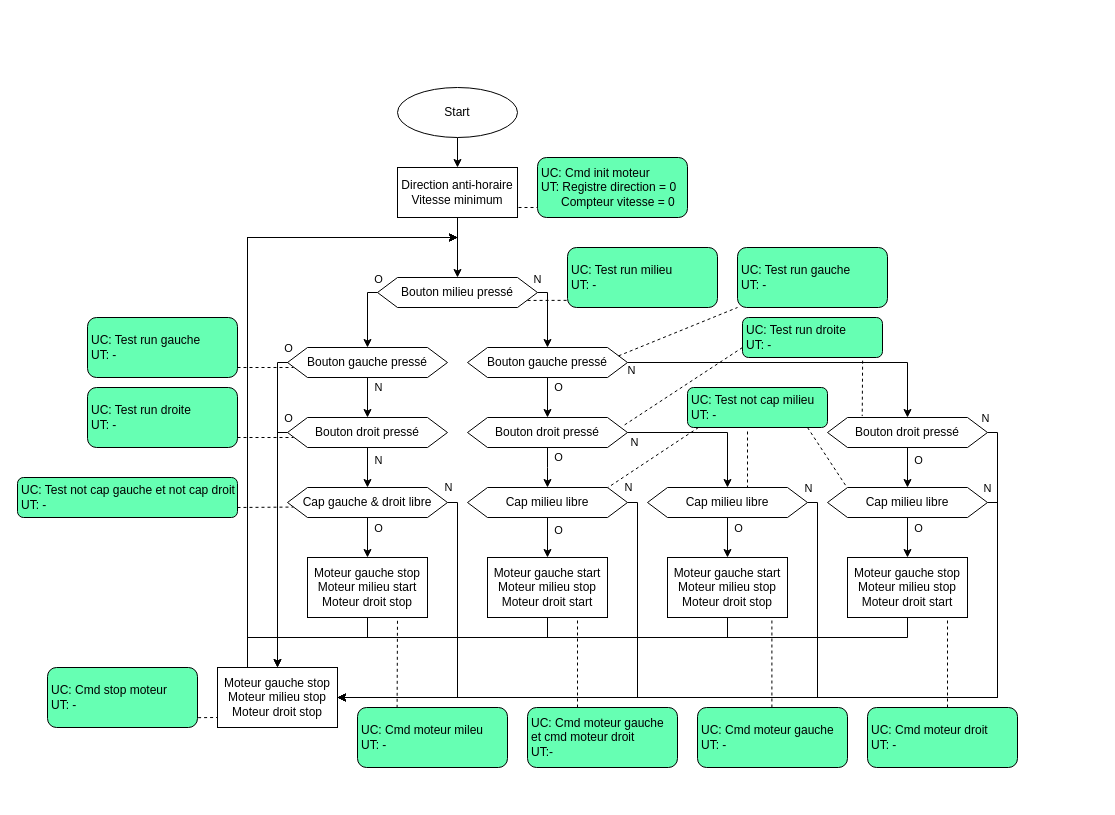
Before: doc/diags/manual_sequence_partition.drawio in Schokiiiiiiii/csn26, a draw.io diagram. Source tidied: cells renumbered, new cells numbered last; positions are measured from the earlier drawing's top-left corner, leaving out a move shared by most shapes. Both pictures are drawn from the tidied source at 100%, with x=0, y=0 at pixel (17, 87).
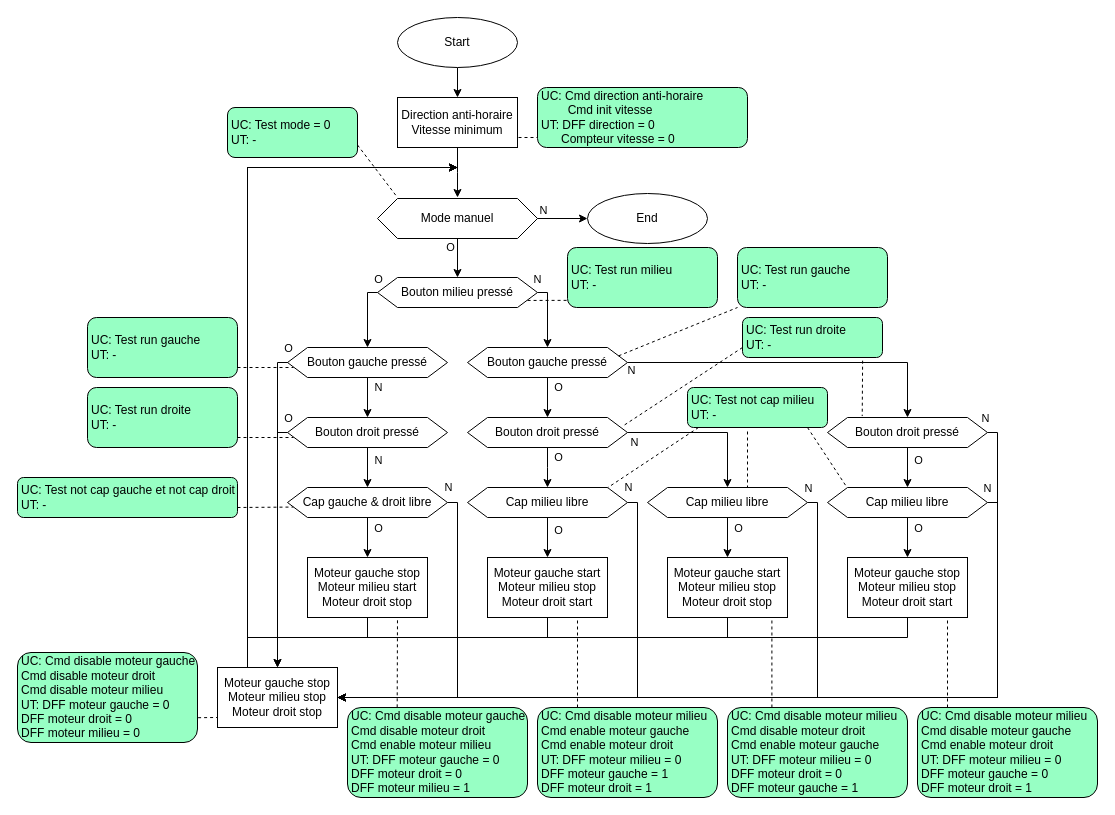
After the change.

Unchanged cells that the change refers to:
```xml
<mxCell id="13" value="Bouton milieu pressé" style="shape=hexagon;perimeter=hexagonPerimeter2;whiteSpace=wrap;html=1;fixedSize=1;" parent="1" vertex="1">
  <mxGeometry x="360" y="190" width="160" height="30" as="geometry" />
</mxCell>
<mxCell id="31" value="Moteur gauche stop&lt;div&gt;Moteur milieu stop&lt;br&gt;&lt;div&gt;Moteur droit stop&lt;/div&gt;&lt;/div&gt;" style="rounded=0;whiteSpace=wrap;html=1;" parent="1" vertex="1">
  <mxGeometry x="200" y="580" width="120" height="60" as="geometry" />
</mxCell>
<mxCell id="33" value="Moteur gauche stop&lt;div&gt;Moteur milieu start&lt;br&gt;&lt;div&gt;Moteur droit stop&lt;/div&gt;&lt;/div&gt;" style="rounded=0;whiteSpace=wrap;html=1;" parent="1" vertex="1">
  <mxGeometry x="290" y="470" width="120" height="60" as="geometry" />
</mxCell>
<mxCell id="35" value="Moteur gauche start&lt;div&gt;Moteur milieu stop&lt;br&gt;&lt;div&gt;Moteur droit start&lt;/div&gt;&lt;/div&gt;" style="rounded=0;whiteSpace=wrap;html=1;" parent="1" vertex="1">
  <mxGeometry x="470" y="470" width="120" height="60" as="geometry" />
</mxCell>
<mxCell id="37" value="Moteur gauche stop&lt;div&gt;Moteur milieu stop&lt;br&gt;&lt;div&gt;Moteur droit start&lt;/div&gt;&lt;/div&gt;" style="rounded=0;whiteSpace=wrap;html=1;" parent="1" vertex="1">
  <mxGeometry x="830" y="470" width="120" height="60" as="geometry" />
</mxCell>
<mxCell id="39" value="Moteur gauche start&lt;div&gt;Moteur milieu stop&lt;br&gt;&lt;div&gt;Moteur droit stop&lt;/div&gt;&lt;/div&gt;" style="rounded=0;whiteSpace=wrap;html=1;" parent="1" vertex="1">
  <mxGeometry x="650" y="470" width="120" height="60" as="geometry" />
</mxCell>
```

Change to the diagram source:
```diff
@@
     <mxCell id="3" value="Start" style="ellipse;whiteSpace=wrap;html=1;" parent="1" vertex="1">
-      <mxGeometry x="380" width="120" height="50" as="geometry" />
+      <mxGeometry x="380" y="-70" width="120" height="50" as="geometry" />
     </mxCell>
@@
     <mxCell id="30" style="edgeStyle=orthogonalEdgeStyle;rounded=0;jettySize=auto;html=1;" parent="1" edge="1" source="31">
       <mxGeometry relative="1" as="geometry">
-        <mxPoint x="440" y="150" as="targetPoint" />
+        <mxPoint x="440" y="80" as="targetPoint" />
         <Array as="points">
-          <mxPoint x="230" y="150" />
-          <mxPoint x="440" y="150" />
+          <mxPoint x="230" y="80" />
+          <mxPoint x="440" y="80" />
         </Array>
       </mxGeometry>
     </mxCell>
@@
     <mxCell id="32" style="edgeStyle=orthogonalEdgeStyle;rounded=0;jettySize=auto;html=1;" parent="1" edge="1" source="33">
       <mxGeometry relative="1" as="geometry">
-        <mxPoint x="440" y="150" as="targetPoint" />
+        <mxPoint x="440" y="80" as="targetPoint" />
         <Array as="points">
           <mxPoint x="350" y="550" />
           <mxPoint x="230" y="550" />
-          <mxPoint x="230" y="150" />
-          <mxPoint x="440" y="150" />
+          <mxPoint x="230" y="80" />
         </Array>
       </mxGeometry>
     </mxCell>
@@
     <mxCell id="34" style="edgeStyle=orthogonalEdgeStyle;rounded=0;jettySize=auto;html=1;" parent="1" edge="1" source="35">
       <mxGeometry relative="1" as="geometry">
-        <mxPoint x="440" y="150" as="targetPoint" />
+        <mxPoint x="440" y="80" as="targetPoint" />
         <Array as="points">
           <mxPoint x="530" y="550" />
           <mxPoint x="230" y="550" />
-          <mxPoint x="230" y="150" />
-          <mxPoint x="440" y="150" />
+          <mxPoint x="230" y="80" />
         </Array>
       </mxGeometry>
     </mxCell>
@@
     <mxCell id="36" style="edgeStyle=orthogonalEdgeStyle;rounded=0;jettySize=auto;html=1;" parent="1" edge="1" source="37">
       <mxGeometry relative="1" as="geometry">
-        <mxPoint x="440" y="150" as="targetPoint" />
+        <mxPoint x="440" y="80" as="targetPoint" />
         <Array as="points">
           <mxPoint x="890" y="550" />
           <mxPoint x="230" y="550" />
-          <mxPoint x="230" y="150" />
-          <mxPoint x="440" y="150" />
+          <mxPoint x="230" y="80" />
         </Array>
       </mxGeometry>
     </mxCell>
@@
     <mxCell id="38" style="edgeStyle=orthogonalEdgeStyle;rounded=0;jettySize=auto;html=1;" parent="1" edge="1" source="39">
       <mxGeometry relative="1" as="geometry">
-        <mxPoint x="440" y="150" as="targetPoint" />
+        <mxPoint x="440" y="80" as="targetPoint" />
         <Array as="points">
           <mxPoint x="710" y="550" />
           <mxPoint x="230" y="550" />
-          <mxPoint x="230" y="150" />
-          <mxPoint x="440" y="150" />
+          <mxPoint x="230" y="80" />
         </Array>
       </mxGeometry>
     </mxCell>
@@
-    <mxCell id="64" style="edgeStyle=orthogonalEdgeStyle;rounded=0;jettySize=auto;html=1;" parent="1" edge="1" source="65" target="13">
-      <mxGeometry relative="1" as="geometry" />
+    <mxCell id="64" style="edgeStyle=orthogonalEdgeStyle;rounded=0;jettySize=auto;html=1;" parent="1" edge="1" source="65">
+      <mxGeometry relative="1" as="geometry">
+        <mxPoint x="440" y="110" as="targetPoint" />
+      </mxGeometry>
     </mxCell>
     <mxCell id="65" value="Direction anti-horaire&lt;div&gt;Vitesse minimum&lt;/div&gt;" style="rounded=0;whiteSpace=wrap;html=1;" parent="1" vertex="1">
-      <mxGeometry x="380" y="80" width="120" height="50" as="geometry" />
+      <mxGeometry x="380" y="10" width="120" height="50" as="geometry" />
     </mxCell>
-    <mxCell id="66" value="&lt;div&gt;UC: Cmd init moteur&lt;/div&gt;&lt;div&gt;UT: Registre direction = 0&lt;/div&gt;&lt;div&gt;&amp;nbsp; &amp;nbsp; &amp;nbsp; Compteur&amp;nbsp;vitesse&amp;nbsp;= 0&lt;/div&gt;" style="rounded=1;whiteSpace=wrap;html=1;fillColor=#66FFB3;align=left;spacingRight=0;spacingLeft=2;" parent="1" vertex="1">
-      <mxGeometry x="520" y="70" width="150" height="60" as="geometry" />
+    <mxCell id="66" value="&lt;div&gt;UC: Cmd direction anti-horaire&lt;/div&gt;&lt;div&gt;&lt;span style=&quot;white-space: pre;&quot;&gt;&#9;&lt;/span&gt;Cmd init vitesse&lt;/div&gt;&lt;div&gt;UT: DFF direction = 0&lt;/div&gt;&lt;div&gt;&amp;nbsp; &amp;nbsp; &amp;nbsp; Compteur&amp;nbsp;vitesse&amp;nbsp;= 0&lt;/div&gt;" style="rounded=1;whiteSpace=wrap;html=1;fillColor=light-dark(#97ffc4, #005312);align=left;spacingRight=0;spacingLeft=2;" parent="1" vertex="1">
+      <mxGeometry x="520" width="210" height="60" as="geometry" />
     </mxCell>
-    <mxCell id="67" value="&lt;div&gt;UC: Test run milieu&lt;/div&gt;&lt;div&gt;UT: -&lt;/div&gt;" style="rounded=1;whiteSpace=wrap;html=1;fillColor=#66FFB3;align=left;spacingRight=0;spacingLeft=2;" parent="1" vertex="1">
+    <mxCell id="67" value="&lt;div&gt;UC: Test run milieu&lt;/div&gt;&lt;div&gt;UT: -&lt;/div&gt;" style="rounded=1;whiteSpace=wrap;html=1;fillColor=light-dark(#97ffc4, #005312);align=left;spacingRight=0;spacingLeft=2;" parent="1" vertex="1">
       <mxGeometry x="550" y="160" width="150" height="60" as="geometry" />
     </mxCell>
-    <mxCell id="68" value="&lt;div&gt;UC: Test run gauche&lt;/div&gt;&lt;div&gt;UT: -&lt;/div&gt;" style="rounded=1;whiteSpace=wrap;html=1;fillColor=#66FFB3;align=left;spacingRight=0;spacingLeft=2;" parent="1" vertex="1">
+    <mxCell id="68" value="&lt;div&gt;UC: Test run gauche&lt;/div&gt;&lt;div&gt;UT: -&lt;/div&gt;" style="rounded=1;whiteSpace=wrap;html=1;fillColor=light-dark(#97ffc4, #005312);align=left;spacingRight=0;spacingLeft=2;" parent="1" vertex="1">
       <mxGeometry x="70" y="230" width="150" height="60" as="geometry" />
     </mxCell>
-    <mxCell id="69" value="&lt;div&gt;UC: Test run droite&lt;/div&gt;&lt;div&gt;UT: -&lt;/div&gt;" style="rounded=1;whiteSpace=wrap;html=1;fillColor=#66FFB3;align=left;spacingRight=0;spacingLeft=2;" parent="1" vertex="1">
+    <mxCell id="69" value="&lt;div&gt;UC: Test run droite&lt;/div&gt;&lt;div&gt;UT: -&lt;/div&gt;" style="rounded=1;whiteSpace=wrap;html=1;fillColor=light-dark(#97ffc4, #005312);align=left;spacingRight=0;spacingLeft=2;" parent="1" vertex="1">
       <mxGeometry x="70" y="300" width="150" height="60" as="geometry" />
     </mxCell>
-    <mxCell id="70" value="&lt;div&gt;UC: Cmd stop moteur&lt;/div&gt;&lt;div&gt;UT: -&lt;/div&gt;" style="rounded=1;whiteSpace=wrap;html=1;fillColor=#66FFB3;align=left;spacingRight=0;spacingLeft=2;" parent="1" vertex="1">
-      <mxGeometry x="30" y="580" width="150" height="60" as="geometry" />
-    </mxCell>
@@
-    <mxCell id="72" value="&lt;div&gt;UC: Test run gauche&lt;/div&gt;&lt;div&gt;UT: -&lt;/div&gt;" style="rounded=1;whiteSpace=wrap;html=1;fillColor=#66FFB3;align=left;spacingRight=0;spacingLeft=2;" parent="1" vertex="1">
+    <mxCell id="72" value="&lt;div&gt;UC: Test run gauche&lt;/div&gt;&lt;div&gt;UT: -&lt;/div&gt;" style="rounded=1;whiteSpace=wrap;html=1;fillColor=light-dark(#97ffc4, #005312);align=left;spacingRight=0;spacingLeft=2;" parent="1" vertex="1">
       <mxGeometry x="720" y="160" width="150" height="60" as="geometry" />
     </mxCell>
-    <mxCell id="73" value="&lt;div&gt;UC: Test run droite&lt;/div&gt;&lt;div&gt;UT: -&lt;/div&gt;" style="rounded=1;whiteSpace=wrap;html=1;fillColor=#66FFB3;align=left;spacingRight=0;spacingLeft=2;" parent="1" vertex="1">
+    <mxCell id="73" value="&lt;div&gt;UC: Test run droite&lt;/div&gt;&lt;div&gt;UT: -&lt;/div&gt;" style="rounded=1;whiteSpace=wrap;html=1;fillColor=light-dark(#97ffc4, #005312);align=left;spacingRight=0;spacingLeft=2;" parent="1" vertex="1">
       <mxGeometry x="725" y="230" width="140" height="40" as="geometry" />
     </mxCell>
@@
-    <mxCell id="76" value="&lt;div&gt;UC: Test not cap milieu&lt;/div&gt;&lt;div&gt;UT: -&lt;/div&gt;" style="rounded=1;whiteSpace=wrap;html=1;fillColor=#66FFB3;align=left;spacingRight=0;spacingLeft=2;" parent="1" vertex="1">
+    <mxCell id="76" value="&lt;div&gt;UC: Test not cap milieu&lt;/div&gt;&lt;div&gt;UT: -&lt;/div&gt;" style="rounded=1;whiteSpace=wrap;html=1;fillColor=light-dark(#97ffc4, #005312);align=left;spacingRight=0;spacingLeft=2;" parent="1" vertex="1">
       <mxGeometry x="670" y="300" width="140" height="40" as="geometry" />
     </mxCell>
@@
-    <mxCell id="80" value="&lt;div&gt;UC: Cmd moteur mileu&lt;/div&gt;&lt;div&gt;UT: -&lt;/div&gt;" style="rounded=1;whiteSpace=wrap;html=1;fillColor=#66FFB3;align=left;spacingRight=0;spacingLeft=2;" parent="1" vertex="1">
-      <mxGeometry x="340" y="620" width="150" height="60" as="geometry" />
+    <mxCell id="80" value="&lt;div&gt;UC: Cmd disable moteur gauche&lt;/div&gt;&lt;div&gt;Cmd disable moteur droit&lt;/div&gt;&lt;div&gt;Cmd enable moteur milieu&lt;/div&gt;&lt;div&gt;UT: DFF moteur gauche = 0&lt;/div&gt;&lt;div&gt;DFF moteur droit = 0&lt;/div&gt;&lt;div&gt;DFF moteur milieu = 1&lt;/div&gt;" style="rounded=1;whiteSpace=wrap;html=1;fillColor=light-dark(#97ffc4, #005312);align=left;spacingRight=0;spacingLeft=2;" parent="1" vertex="1">
+      <mxGeometry x="330" y="620" width="180" height="90" as="geometry" />
     </mxCell>
-    <mxCell id="81" value="&lt;div&gt;UC: Test not cap gauche et not cap droit&lt;/div&gt;&lt;div&gt;UT: -&lt;/div&gt;" style="rounded=1;whiteSpace=wrap;html=1;fillColor=#66FFB3;align=left;spacingRight=0;spacingLeft=2;" parent="1" vertex="1">
+    <mxCell id="81" value="&lt;div&gt;UC: Test not cap gauche et not cap droit&lt;/div&gt;&lt;div&gt;UT: -&lt;/div&gt;" style="rounded=1;whiteSpace=wrap;html=1;fillColor=light-dark(#97ffc4, #005312);align=left;spacingRight=0;spacingLeft=2;" parent="1" vertex="1">
       <mxGeometry y="390" width="220" height="40" as="geometry" />
     </mxCell>
@@
-    <mxCell id="85" style="endArrow=none;dashed=1;html=1;rounded=0;entryX=0.037;entryY=0.652;entryDx=0;entryDy=0;entryPerimeter=0;exitX=1.004;exitY=0.836;exitDx=0;exitDy=0;exitPerimeter=0;" parent="1" edge="1" source="70">
+    <mxCell id="85" style="endArrow=none;dashed=1;html=1;rounded=0;entryX=0.037;entryY=0.652;entryDx=0;entryDy=0;entryPerimeter=0;exitX=1.004;exitY=0.836;exitDx=0;exitDy=0;exitPerimeter=0;" parent="1" edge="1">
       <mxGeometry relative="1" as="geometry">
+        <mxPoint x="180.6" y="630.2" as="sourcePoint" />
         <mxPoint x="200" y="630" as="targetPoint" />
       </mxGeometry>
     </mxCell>
@@
     <mxCell id="87" style="endArrow=none;dashed=1;html=1;rounded=0;entryX=-0.005;entryY=0.881;entryDx=0;entryDy=0;entryPerimeter=0;" parent="1" edge="1">
       <mxGeometry relative="1" as="geometry">
-        <mxPoint x="501" y="120" as="sourcePoint" />
-        <mxPoint x="520" y="120" as="targetPoint" />
+        <mxPoint x="501" y="50" as="sourcePoint" />
+        <mxPoint x="520" y="50" as="targetPoint" />
         <Array as="points">
-          <mxPoint x="511" y="120" />
+          <mxPoint x="511" y="50" />
         </Array>
       </mxGeometry>
     </mxCell>
-    <mxCell id="88" style="endArrow=none;dashed=1;html=1;rounded=0;exitX=0.264;exitY=0.005;exitDx=0;exitDy=0;exitPerimeter=0;" parent="1" edge="1" source="80">
-      <mxGeometry relative="1" as="geometry">
-        <mxPoint x="380" y="530" as="targetPoint" />
-      </mxGeometry>
+    <mxCell id="88" style="endArrow=none;dashed=1;html=1;rounded=0;exitX=0.276;exitY=-0.002;exitDx=0;exitDy=0;exitPerimeter=0;entryX=0.75;entryY=1;entryDx=0;entryDy=0;" parent="1" edge="1" source="80" target="33">
+      <mxGeometry relative="1" as="geometry" />
     </mxCell>
-    <mxCell id="89" value="&lt;div&gt;UC: Cmd moteur gauche et cmd moteur droit&lt;/div&gt;&lt;div&gt;UT:-&lt;/div&gt;" style="rounded=1;whiteSpace=wrap;html=1;fillColor=#66FFB3;align=left;spacingRight=0;spacingLeft=2;" parent="1" vertex="1">
-      <mxGeometry x="510" y="620" width="150" height="60" as="geometry" />
-    </mxCell>
@@
-    <mxCell id="91" value="&lt;div&gt;UC: Cmd moteur gauche&lt;/div&gt;&lt;div&gt;UT: -&lt;/div&gt;" style="rounded=1;whiteSpace=wrap;html=1;fillColor=#66FFB3;align=left;spacingRight=0;spacingLeft=2;" parent="1" vertex="1">
-      <mxGeometry x="680" y="620" width="150" height="60" as="geometry" />
-    </mxCell>
-    <mxCell id="92" value="&lt;div&gt;UC: Cmd moteur droit&lt;/div&gt;&lt;div&gt;UT: -&lt;/div&gt;" style="rounded=1;whiteSpace=wrap;html=1;fillColor=#66FFB3;align=left;spacingRight=0;spacingLeft=2;" parent="1" vertex="1">
-      <mxGeometry x="850" y="620" width="150" height="60" as="geometry" />
-    </mxCell>
@@
+    <mxCell id="95" value="Mode manuel" style="shape=hexagon;perimeter=hexagonPerimeter2;whiteSpace=wrap;html=1;fixedSize=1;" parent="1" vertex="1">
+      <mxGeometry x="360" y="111" width="160" height="40" as="geometry" />
+    </mxCell>
+    <mxCell id="96" style="endArrow=classic;html=1;rounded=0;" parent="1" edge="1">
+      <mxGeometry relative="1" as="geometry">
+        <mxPoint x="520" y="131" as="sourcePoint" />
+        <mxPoint x="570" y="131" as="targetPoint" />
+      </mxGeometry>
+    </mxCell>
+    <mxCell id="97" value="N" style="edgeLabel;html=1;align=center;verticalAlign=middle;" parent="96" vertex="1">
+      <mxGeometry x="-0.08" y="-1" relative="1" as="geometry">
+        <mxPoint x="-18" y="-10" as="offset" />
+      </mxGeometry>
+    </mxCell>
+    <mxCell id="98" value="End" style="ellipse;whiteSpace=wrap;html=1;" parent="1" vertex="1">
+      <mxGeometry x="570" y="106" width="120" height="50" as="geometry" />
+    </mxCell>
+    <mxCell id="99" style="endArrow=classic;html=1;rounded=0;exitX=0.5;exitY=1;exitDx=0;exitDy=0;" parent="1" edge="1" source="95" target="13">
+      <mxGeometry relative="1" as="geometry" />
+    </mxCell>
+    <mxCell id="100" value="O" style="edgeLabel;html=1;align=center;verticalAlign=middle;" parent="99" vertex="1">
+      <mxGeometry x="-0.23" relative="1" as="geometry">
+        <mxPoint x="-8" y="-7" as="offset" />
+      </mxGeometry>
+    </mxCell>
+    <mxCell id="101" value="&lt;div&gt;UC: Test mode = 0&lt;/div&gt;&lt;div&gt;UT: -&lt;/div&gt;" style="rounded=1;whiteSpace=wrap;html=1;fillColor=light-dark(#97ffc4, #005312);align=left;spacingRight=0;spacingLeft=2;" parent="1" vertex="1">
+      <mxGeometry x="210" y="20" width="130" height="50" as="geometry" />
+    </mxCell>
+    <mxCell id="102" style="endArrow=none;dashed=1;html=1;rounded=0;exitX=1;exitY=0.75;exitDx=0;exitDy=0;" parent="1" edge="1" source="101">
+      <mxGeometry relative="1" as="geometry">
+        <mxPoint x="380" y="110" as="targetPoint" />
+      </mxGeometry>
+    </mxCell>
+    <mxCell id="103" value="&lt;div&gt;UC: Cmd disable moteur&amp;nbsp;milieu&lt;/div&gt;&lt;div&gt;Cmd&amp;nbsp;enable&amp;nbsp;moteur&amp;nbsp;gauche&lt;/div&gt;&lt;div&gt;Cmd enable moteur&amp;nbsp;droit&lt;/div&gt;&lt;div&gt;UT: DFF moteur&amp;nbsp;milieu&amp;nbsp;= 0&lt;/div&gt;&lt;div&gt;DFF moteur&amp;nbsp;gauche&amp;nbsp;= 1&lt;/div&gt;&lt;div&gt;DFF moteur&amp;nbsp;droit&amp;nbsp;= 1&lt;/div&gt;" style="rounded=1;whiteSpace=wrap;html=1;fillColor=light-dark(#97ffc4, #005312);align=left;spacingRight=0;spacingLeft=2;" parent="1" vertex="1">
+      <mxGeometry x="520" y="620" width="180" height="90" as="geometry" />
+    </mxCell>
+    <mxCell id="104" value="&lt;div&gt;UC: Cmd disable moteur&amp;nbsp;milieu&lt;/div&gt;&lt;div&gt;Cmd&amp;nbsp;disable&amp;nbsp;moteur&amp;nbsp;droit&lt;/div&gt;&lt;div&gt;Cmd enable moteur&amp;nbsp;gauche&lt;/div&gt;&lt;div&gt;UT: DFF moteur&amp;nbsp;milieu&amp;nbsp;= 0&lt;/div&gt;&lt;div&gt;DFF moteur&amp;nbsp;droit&amp;nbsp;= 0&lt;/div&gt;&lt;div&gt;DFF moteur&amp;nbsp;gauche&amp;nbsp;= 1&lt;/div&gt;" style="rounded=1;whiteSpace=wrap;html=1;fillColor=light-dark(#97ffc4, #005312);align=left;spacingRight=0;spacingLeft=2;" parent="1" vertex="1">
+      <mxGeometry x="710" y="620" width="180" height="90" as="geometry" />
+    </mxCell>
+    <mxCell id="105" value="&lt;div&gt;UC: Cmd disable moteur&amp;nbsp;milieu&lt;/div&gt;&lt;div&gt;Cmd&amp;nbsp;disable&amp;nbsp;moteur&amp;nbsp;gauche&lt;/div&gt;&lt;div&gt;Cmd enable moteur&amp;nbsp;droit&lt;/div&gt;&lt;div&gt;UT: DFF moteur&amp;nbsp;milieu&amp;nbsp;= 0&lt;/div&gt;&lt;div&gt;DFF moteur&amp;nbsp;gauche&amp;nbsp;= 0&lt;/div&gt;&lt;div&gt;DFF moteur&amp;nbsp;droit&amp;nbsp;= 1&lt;/div&gt;" style="rounded=1;whiteSpace=wrap;html=1;fillColor=light-dark(#97ffc4, #005312);align=left;spacingRight=0;spacingLeft=2;" parent="1" vertex="1">
+      <mxGeometry x="900" y="620" width="180" height="90" as="geometry" />
+    </mxCell>
+    <mxCell id="106" value="&lt;div&gt;UC: Cmd disable moteur gauche&lt;/div&gt;&lt;div&gt;Cmd disable moteur droit&lt;/div&gt;&lt;div&gt;Cmd&amp;nbsp;disable&amp;nbsp;moteur milieu&lt;/div&gt;&lt;div&gt;UT: DFF moteur gauche = 0&lt;/div&gt;&lt;div&gt;DFF moteur droit = 0&lt;/div&gt;&lt;div&gt;DFF moteur milieu = 0&lt;/div&gt;" style="rounded=1;whiteSpace=wrap;html=1;fillColor=light-dark(#97ffc4, #005312);align=left;spacingRight=0;spacingLeft=2;" parent="1" vertex="1">
+      <mxGeometry y="565" width="180" height="90" as="geometry" />
+    </mxCell>
```
